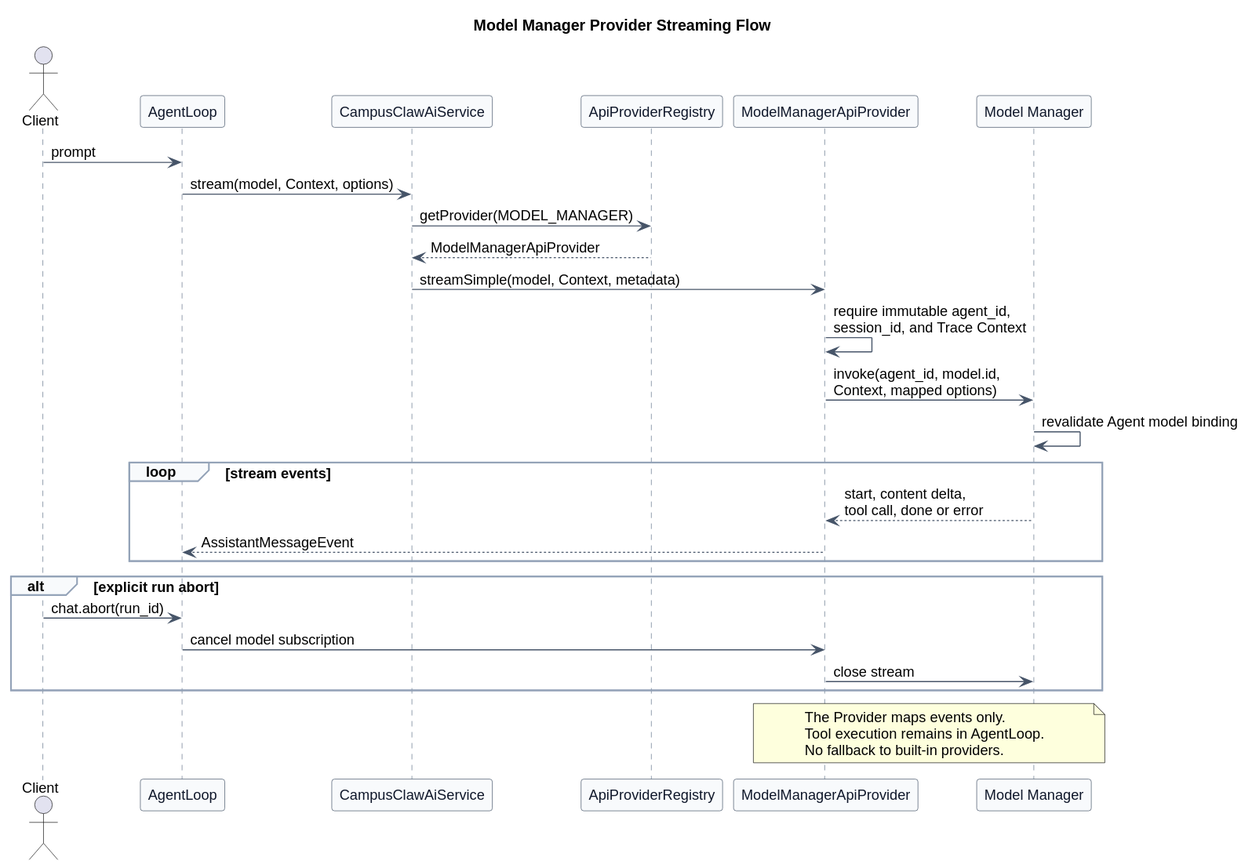
The PlantUML diagram pi-mono-java-manager-driven-multi-agent-runtime/model_manager_streaming_flow.svg in ssm0808/pi-mono-java-design, before a commit. Its diagram source:
```plantuml
@startuml
title Model Manager Provider Streaming Flow


skinparam backgroundColor #FFFFFF
skinparam shadowing false
skinparam defaultFontName Arial
skinparam defaultFontSize 13
skinparam participant {
  BackgroundColor #F8FAFC
  BorderColor #475569
  FontColor #0F172A
}
skinparam ArrowColor #475569
skinparam sequence {
  LifeLineBorderColor #64748B
  LifeLineBackgroundColor #F8FAFC
  GroupBorderColor #94A3B8
  GroupBackgroundColor #F8FAFC
}

actor Client
participant "AgentLoop" as Loop
participant "CampusClawAiService" as AiService
participant "ApiProviderRegistry" as Registry
participant "ModelManagerApiProvider" as Provider
participant "Model Manager" as ModelManager

Client -> Loop : prompt
Loop -> AiService : stream(model, Context, options)
AiService -> Registry : getProvider(MODEL_MANAGER)
Registry --> AiService : ModelManagerApiProvider
AiService -> Provider : streamSimple(model, Context, metadata)
Provider -> Provider : require immutable agent_id,\nsession_id, and Trace Context
Provider -> ModelManager : invoke(agent_id, model.id,\nContext, mapped options)
ModelManager -> ModelManager : revalidate Agent model binding

loop stream events
  ModelManager --> Provider : start, content delta,\ntool call, done or error
  Provider --> Loop : AssistantMessageEvent
end

alt explicit run abort
  Client -> Loop : chat.abort(run_id)
  Loop -> Provider : cancel model subscription
  Provider -> ModelManager : close stream
end

note over Provider,ModelManager
The Provider maps events only.
Tool execution remains in AgentLoop.
No fallback to built-in providers.
end note
@enduml
```
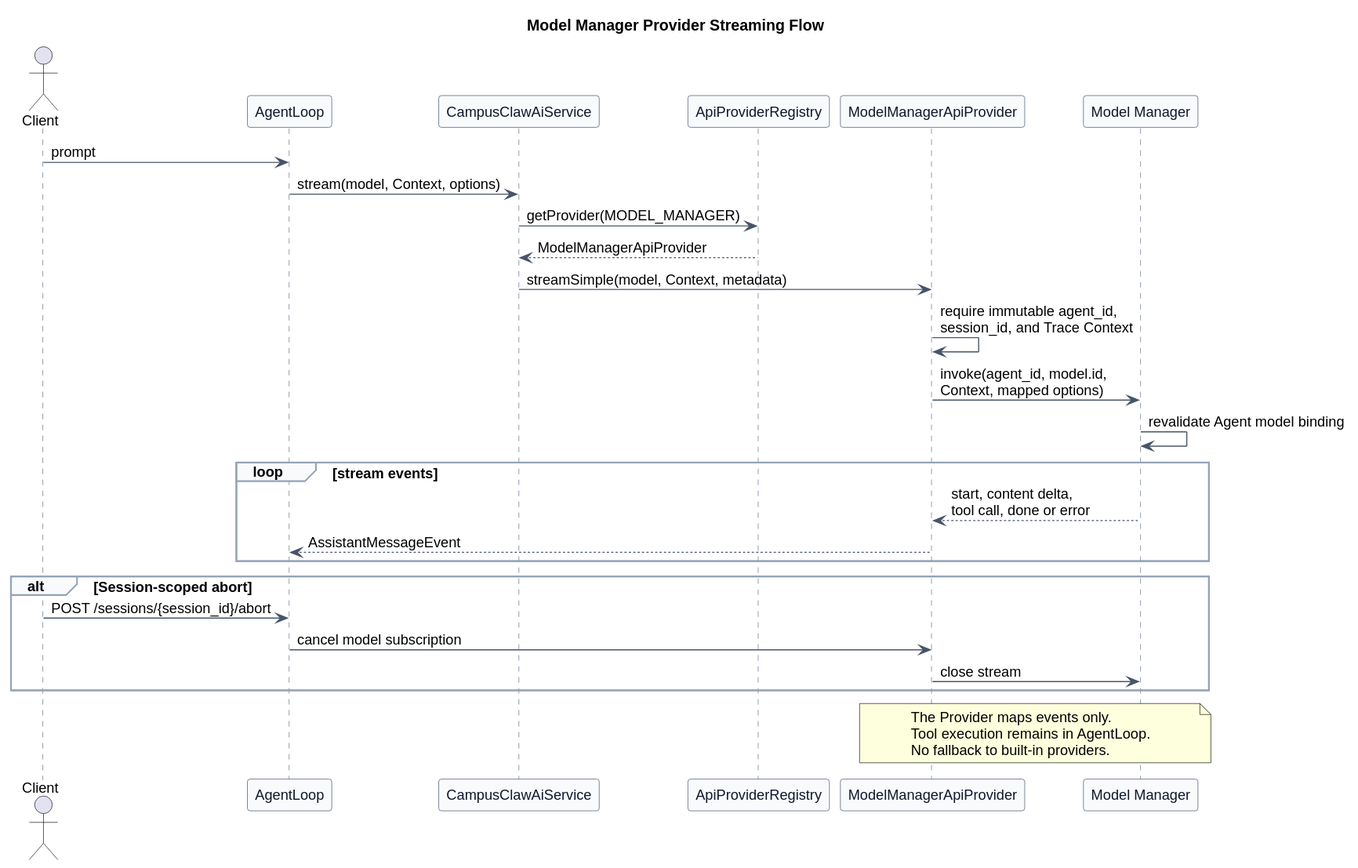
After the commit.

Diff of the diagram source:
```diff
@@ -40,8 +40,8 @@
   Provider --> Loop : AssistantMessageEvent
 end
 
-alt explicit run abort
-  Client -> Loop : chat.abort(run_id)
+alt Session-scoped abort
+  Client -> Loop : POST /sessions/{session_id}/abort
   Loop -> Provider : cancel model subscription
   Provider -> ModelManager : close stream
 end
```
